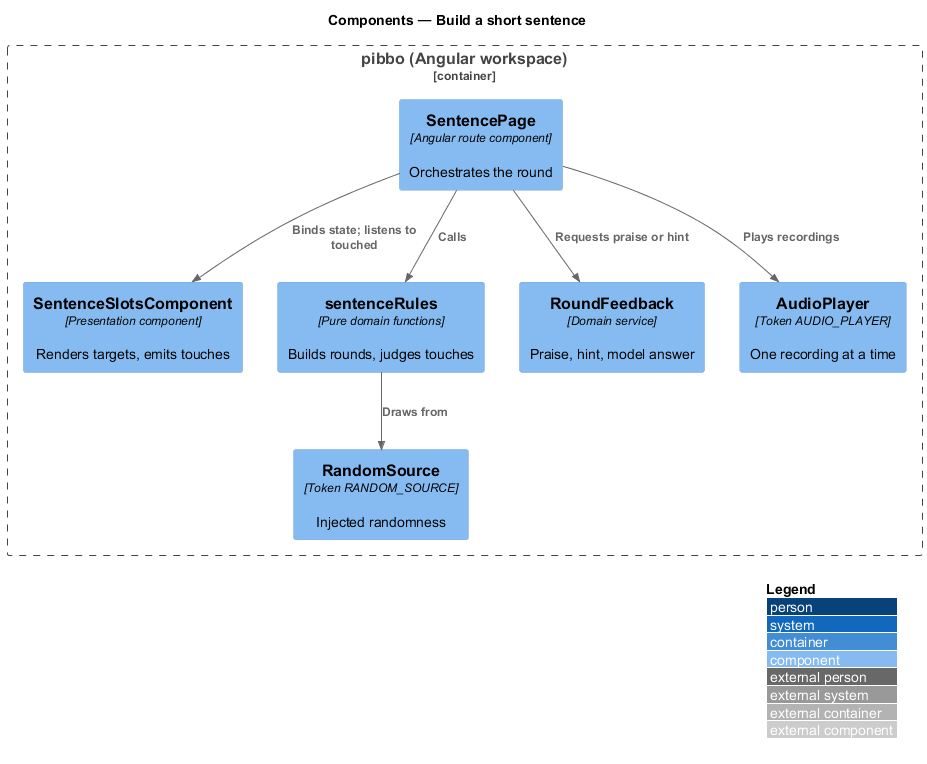
Above: docs/detailed-designs/sound-out/build-a-sentence/diagrams/c4-component.png in QuinntyneBrown/pibbo (PlantUML), before the change.
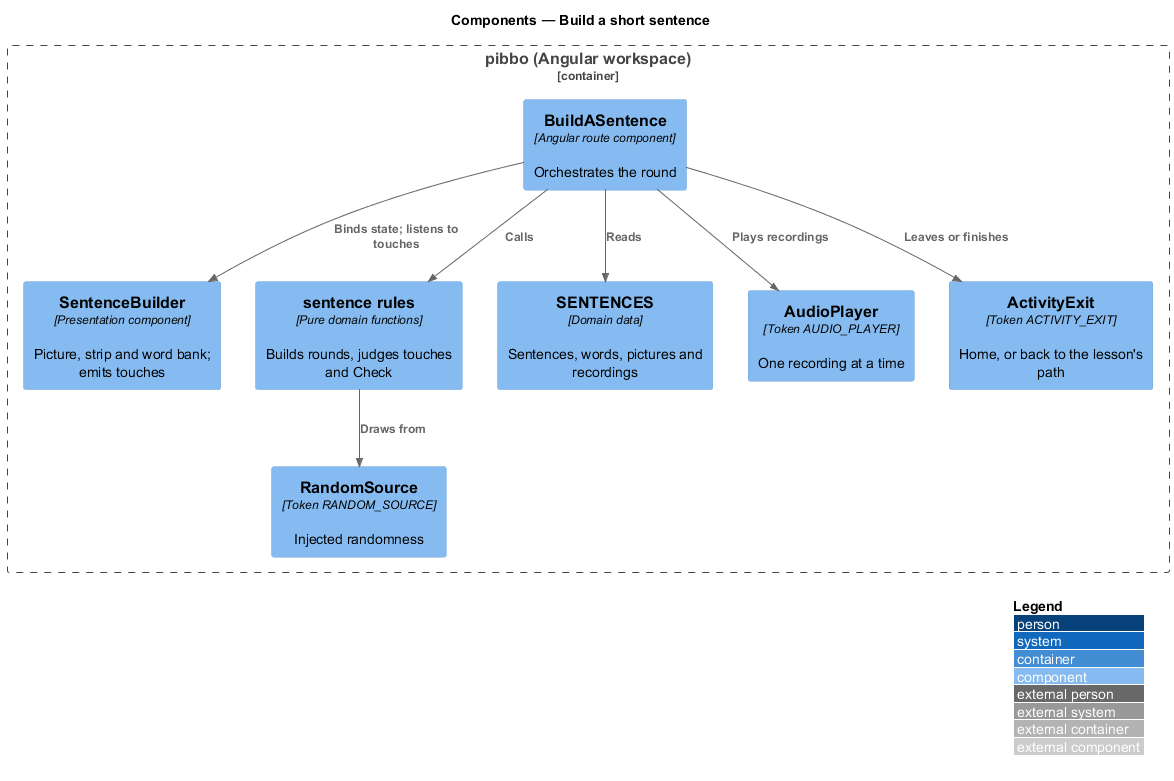
After the change.

Change to the diagram source:
```diff
@@ -3,16 +3,18 @@
 LAYOUT_WITH_LEGEND()
 title Components — Build a short sentence
 Container_Boundary(b, "pibbo (Angular workspace)") {
-  Component(page, "SentencePage", "Angular route component", "Orchestrates the round")
-  Component(view, "SentenceSlotsComponent", "Presentation component", "Renders targets, emits touches")
-  Component(rules, "sentenceRules", "Pure domain functions", "Builds rounds, judges touches")
-  Component(fb, "RoundFeedback", "Domain service", "Praise, hint, model answer")
+  Component(page, "BuildASentence", "Angular route component", "Orchestrates the round")
+  Component(view, "SentenceBuilder", "Presentation component", "Picture, strip and word bank; emits touches")
+  Component(rules, "sentence rules", "Pure domain functions", "Builds rounds, judges touches and Check")
+  Component(content, "SENTENCES", "Domain data", "Sentences, words, pictures and recordings")
   Component(audio, "AudioPlayer", "Token AUDIO_PLAYER", "One recording at a time")
   Component(rnd, "RandomSource", "Token RANDOM_SOURCE", "Injected randomness")
+  Component(exit, "ActivityExit", "Token ACTIVITY_EXIT", "Home, or back to the lesson's path")
 }
-Rel(page, view, "Binds state; listens to touched")
+Rel(page, view, "Binds state; listens to touches")
 Rel(page, rules, "Calls")
+Rel(page, content, "Reads")
 Rel(rules, rnd, "Draws from")
 Rel(page, audio, "Plays recordings")
-Rel(page, fb, "Requests praise or hint")
+Rel(page, exit, "Leaves or finishes")
 @enduml
```
